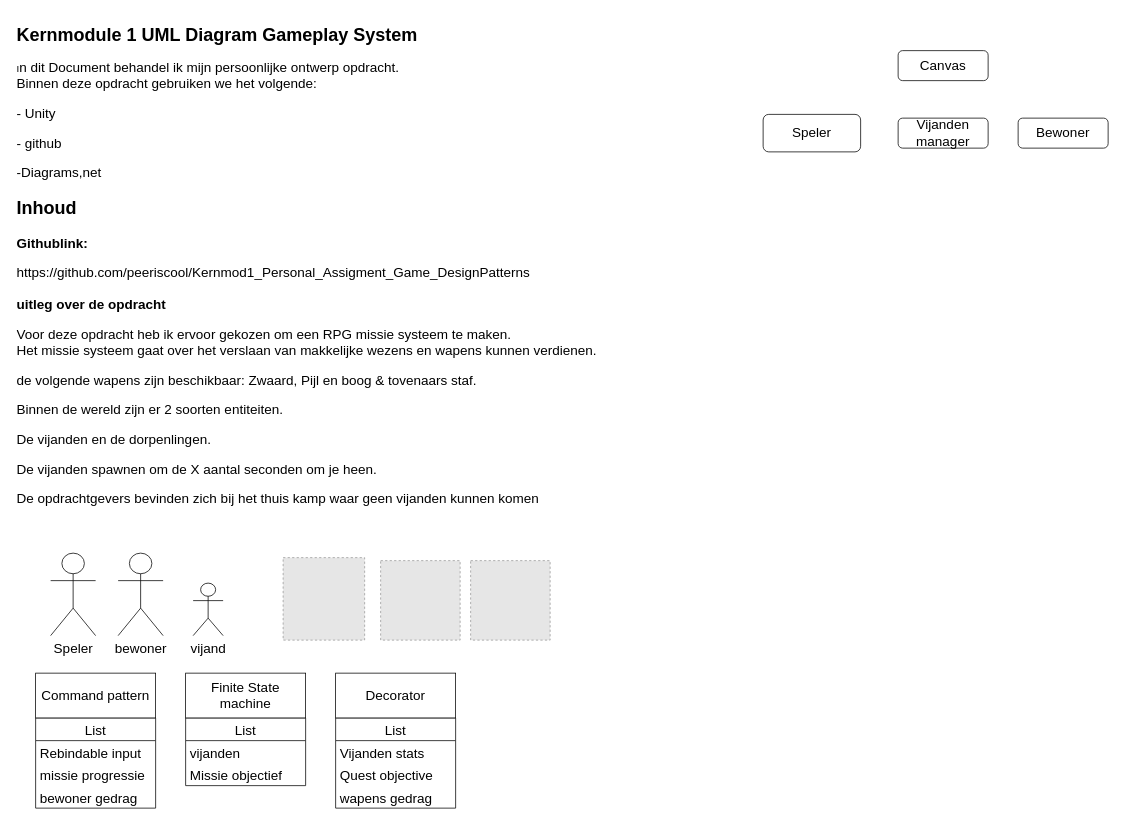
Earlier version of the draw.io diagram Diagram/UML_Diagram_Gameplay_System_Design patterns_Kernmod1_Peer_Lomans.drawio (peeriscool/Kernmod1_Personal_Assigment_Game_DesignPatterns). Source tidied: cells renumbered, new cells numbered last; positions are measured from the earlier drawing's top-left corner, leaving out a move shared by most shapes. Both pictures are drawn from the tidied source at 75%, with x=0, y=0 at pixel (13, 20). Pictures stored in the file or linked from it are replaced by grey dashed boxes.
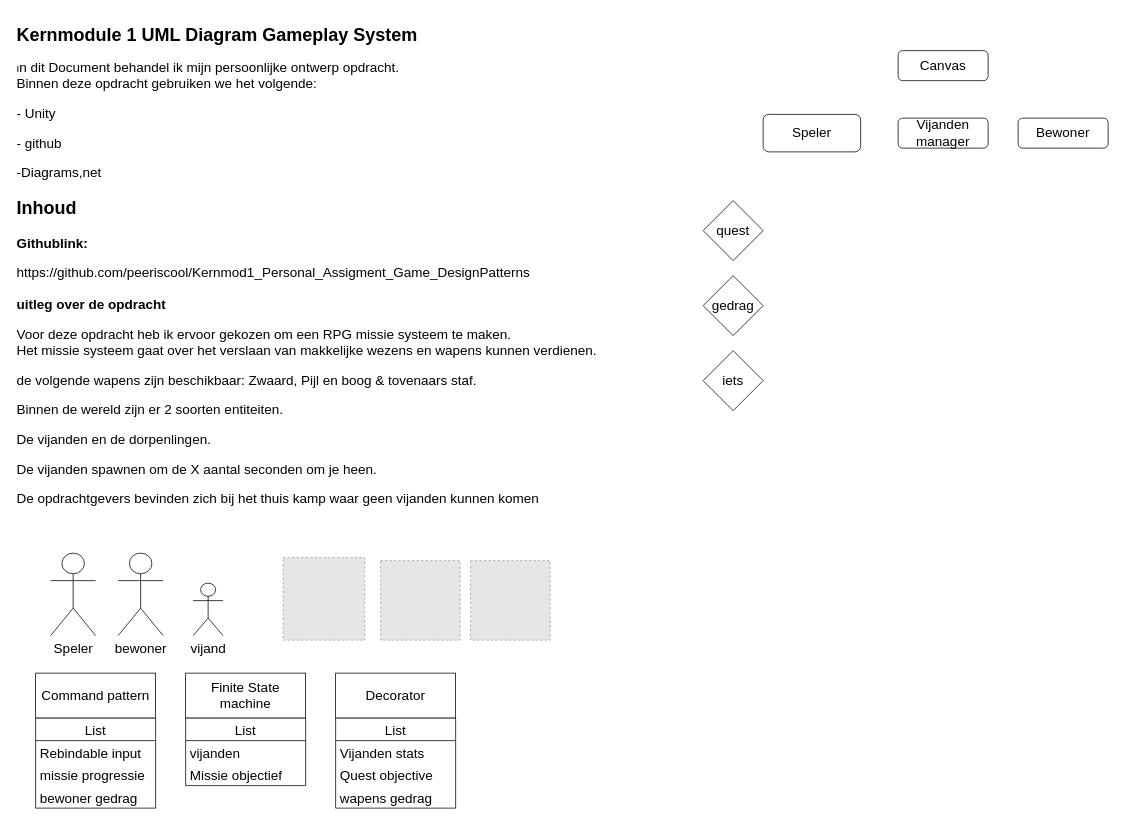
Above is the later version.

The edit, as a diff of the source:
```diff
@@
+    <mxCell id="28" value="quest" style="rhombus;whiteSpace=wrap;html=1;fontSize=18;" parent="1" vertex="1">
+      <mxGeometry x="920" y="240" width="80" height="80" as="geometry" />
+    </mxCell>
+    <mxCell id="29" value="gedrag" style="rhombus;whiteSpace=wrap;html=1;fontSize=18;" parent="1" vertex="1">
+      <mxGeometry x="920" y="340" width="80" height="80" as="geometry" />
+    </mxCell>
+    <mxCell id="30" value="iets" style="rhombus;whiteSpace=wrap;html=1;fontSize=18;" parent="1" vertex="1">
+      <mxGeometry x="920" y="440" width="80" height="80" as="geometry" />
+    </mxCell>
```
